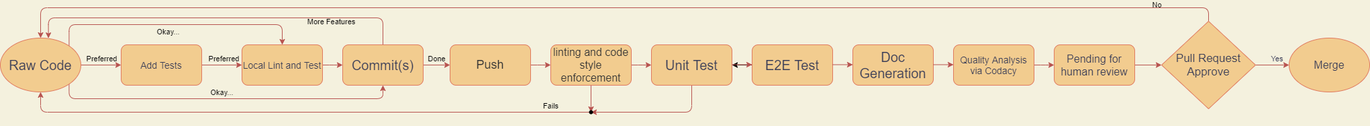
This is admin/cipipeline/phase2.drawio.png from 12DaysOfCoding/WeTheFoodies, a draw.io export, as it was before one commit. Source tidied: cells renumbered, new cells last; positions are measured from the earlier drawing's top-left corner, leaving out a move shared by most shapes.
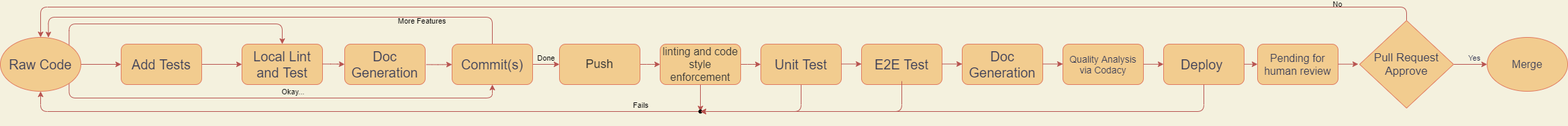
The same file after the commit.

Commit message:
update phase2 diagram

Diff of the diagram source:
```diff
@@ -14,7 +14,7 @@
       <mxGeometry relative="1" as="geometry">
         <Array as="points">
           <mxPoint x="570" />
-          <mxPoint x="72" />
+          <mxPoint x="-91" />
         </Array>
       </mxGeometry>
     </mxCell>
@@ -50,37 +50,24 @@
     <mxCell id="12" value="&lt;font style=&quot;font-size: 20px&quot;&gt;Unit Test&lt;/font&gt;" style="whiteSpace=wrap;html=1;fillColor=#F2CC8F;strokeColor=#E07A5F;fontColor=#393C56;rounded=1;" parent="1" vertex="1">
       <mxGeometry x="970" y="40" width="120" height="60" as="geometry" />
     </mxCell>
-    <mxCell id="13" style="edgeStyle=orthogonalEdgeStyle;rounded=1;jettySize=auto;html=1;startArrow=none;startFill=0;endArrow=classic;endFill=1;fillColor=#f8cecc;strokeColor=#b85450;" parent="1" edge="1" source="14" target="29">
-      <mxGeometry relative="1" as="geometry" />
-    </mxCell>
     <mxCell id="14" value="&lt;font style=&quot;font-size: 16px&quot;&gt;Pending for human review&lt;/font&gt;" style="whiteSpace=wrap;html=1;fillColor=#F2CC8F;strokeColor=#E07A5F;fontColor=#393C56;rounded=1;" parent="1" vertex="1">
-      <mxGeometry x="1570" y="40" width="120" height="60" as="geometry" />
+      <mxGeometry x="1710" y="40" width="120" height="60" as="geometry" />
     </mxCell>
     <mxCell id="15" style="edgeStyle=orthogonalEdgeStyle;rounded=1;jettySize=auto;html=1;startArrow=none;startFill=0;endArrow=classic;endFill=1;fillColor=#f8cecc;strokeColor=#b85450;" parent="1" edge="1" source="21" target="39">
       <mxGeometry relative="1" as="geometry" />
     </mxCell>
-    <mxCell id="16" value="Preferred" style="edgeLabel;html=1;align=center;verticalAlign=middle;labelBackgroundColor=none;" parent="15" vertex="1">
-      <mxGeometry x="0.31" relative="1" as="geometry">
-        <mxPoint x="-9" y="-10" as="offset" />
-      </mxGeometry>
-    </mxCell>
     <mxCell id="17" style="edgeStyle=orthogonalEdgeStyle;rounded=1;jettySize=auto;html=1;exitX=1;exitY=0;exitDx=0;exitDy=0;entryX=0.5;entryY=0;entryDx=0;entryDy=0;startArrow=none;startFill=0;endArrow=classic;endFill=1;fillColor=#f8cecc;strokeColor=#b85450;" parent="1" edge="1" source="21" target="31">
       <mxGeometry relative="1" as="geometry">
         <Array as="points">
-          <mxPoint x="102" y="10" />
-          <mxPoint x="420" y="10" />
+          <mxPoint x="-61" y="10" />
+          <mxPoint x="257" y="10" />
         </Array>
       </mxGeometry>
     </mxCell>
-    <mxCell id="18" value="Okay..." style="edgeLabel;html=1;align=center;verticalAlign=middle;labelBackgroundColor=none;" parent="17" vertex="1">
-      <mxGeometry x="-0.22" y="2" relative="1" as="geometry">
-        <mxPoint x="32" y="12" as="offset" />
-      </mxGeometry>
-    </mxCell>
     <mxCell id="19" style="edgeStyle=orthogonalEdgeStyle;rounded=1;jettySize=auto;html=1;exitX=1;exitY=1;exitDx=0;exitDy=0;entryX=0.5;entryY=1;entryDx=0;entryDy=0;startArrow=none;startFill=0;endArrow=classic;endFill=1;fillColor=#f8cecc;strokeColor=#b85450;" parent="1" edge="1" source="21" target="6">
       <mxGeometry relative="1" as="geometry">
         <Array as="points">
-          <mxPoint x="102" y="120" />
+          <mxPoint x="-61" y="120" />
           <mxPoint x="570" y="120" />
         </Array>
       </mxGeometry>
@@ -91,14 +78,11 @@
       </mxGeometry>
     </mxCell>
     <mxCell id="21" value="&lt;font style=&quot;font-size: 20px&quot;&gt;Raw Code&lt;/font&gt;" style="ellipse;whiteSpace=wrap;html=1;fillColor=#F2CC8F;strokeColor=#E07A5F;fontColor=#393C56;" parent="1" vertex="1">
-      <mxGeometry y="30" width="120" height="80" as="geometry" />
+      <mxGeometry x="-163" y="30" width="120" height="80" as="geometry" />
     </mxCell>
     <mxCell id="22" value="&lt;font style=&quot;font-size: 16px&quot;&gt;Merge&lt;/font&gt;" style="ellipse;whiteSpace=wrap;html=1;rounded=0;sketch=0;fontColor=#393C56;strokeColor=#E07A5F;fillColor=#F2CC8F;" parent="1" vertex="1">
-      <mxGeometry x="1920" y="30" width="120" height="80" as="geometry" />
+      <mxGeometry x="2052" y="30" width="120" height="80" as="geometry" />
     </mxCell>
-    <mxCell id="23" style="edgeStyle=orthogonalEdgeStyle;rounded=1;jettySize=auto;html=1;startArrow=none;startFill=0;endArrow=classic;endFill=1;fillColor=#f8cecc;strokeColor=#b85450;" parent="1" edge="1" source="24" target="14">
-      <mxGeometry relative="1" as="geometry" />
-    </mxCell>
     <mxCell id="24" value="&lt;font style=&quot;font-size: 14px&quot;&gt;Quality Analysis via Codacy&lt;/font&gt;" style="rounded=1;whiteSpace=wrap;html=1;fillColor=#F2CC8F;strokeColor=#E07A5F;fontColor=#393C56;" parent="1" vertex="1">
       <mxGeometry x="1420" y="40" width="120" height="60" as="geometry" />
     </mxCell>
@@ -119,13 +103,10 @@
       </mxGeometry>
     </mxCell>
     <mxCell id="29" value="&lt;span style=&quot;font-size: 17px&quot;&gt;Pull Request Approve&lt;/span&gt;" style="rhombus;whiteSpace=wrap;html=1;rounded=0;sketch=0;fontColor=#393C56;strokeColor=#E07A5F;fillColor=#F2CC8F;" parent="1" vertex="1">
-      <mxGeometry x="1730" y="5" width="140" height="130" as="geometry" />
+      <mxGeometry x="1862" y="5" width="140" height="130" as="geometry" />
     </mxCell>
-    <mxCell id="30" style="edgeStyle=orthogonalEdgeStyle;rounded=1;jettySize=auto;html=1;fillColor=#f8cecc;strokeColor=#b85450;" parent="1" edge="1" source="31" target="6">
-      <mxGeometry relative="1" as="geometry" />
-    </mxCell>
-    <mxCell id="31" value="&lt;font style=&quot;font-size: 14px&quot;&gt;Local Lint and Test&lt;/font&gt;" style="whiteSpace=wrap;html=1;fillColor=#F2CC8F;strokeColor=#E07A5F;fontColor=#393C56;rounded=1;fontSize=16;" parent="1" vertex="1">
-      <mxGeometry x="360" y="40" width="120" height="60" as="geometry" />
+    <mxCell id="31" value="&lt;font style=&quot;font-size: 20px&quot;&gt;Local Lint and Test&lt;/font&gt;" style="whiteSpace=wrap;html=1;fillColor=#F2CC8F;strokeColor=#E07A5F;fontColor=#393C56;rounded=1;fontSize=16;" parent="1" vertex="1">
+      <mxGeometry x="197" y="40" width="120" height="60" as="geometry" />
     </mxCell>
     <mxCell id="32" style="edgeStyle=orthogonalEdgeStyle;rounded=1;jettySize=auto;html=1;startArrow=none;startFill=0;endArrow=classic;endFill=1;fillColor=#f8cecc;strokeColor=#b85450;" parent="1" edge="1" source="33" target="9">
       <mxGeometry relative="1" as="geometry" />
@@ -147,17 +128,9 @@
     <mxCell id="37" style="edgeStyle=orthogonalEdgeStyle;rounded=1;jettySize=auto;html=1;startArrow=none;startFill=0;endArrow=classic;endFill=1;fillColor=#f8cecc;strokeColor=#b85450;" parent="1" edge="1" source="39" target="31">
       <mxGeometry relative="1" as="geometry" />
     </mxCell>
-    <mxCell id="38" value="Preferred" style="edgeLabel;html=1;align=center;verticalAlign=middle;labelBackgroundColor=none;" parent="37" vertex="1">
-      <mxGeometry x="-0.71" relative="1" as="geometry">
-        <mxPoint x="23" y="-10" as="offset" />
-      </mxGeometry>
-    </mxCell>
-    <mxCell id="39" value="&lt;span style=&quot;font-size: 14px&quot;&gt;Add Tests&lt;br&gt;&lt;/span&gt;" style="whiteSpace=wrap;html=1;fillColor=#F2CC8F;strokeColor=#E07A5F;fontColor=#393C56;rounded=1;fontSize=16;" parent="1" vertex="1">
-      <mxGeometry x="180" y="40" width="120" height="60" as="geometry" />
+    <mxCell id="39" value="&lt;font style=&quot;font-size: 20px&quot;&gt;Add Tests&lt;/font&gt;" style="whiteSpace=wrap;html=1;fillColor=#F2CC8F;strokeColor=#E07A5F;fontColor=#393C56;rounded=1;fontSize=16;" parent="1" vertex="1">
+      <mxGeometry x="17" y="40" width="120" height="60" as="geometry" />
     </mxCell>
-    <mxCell id="40" style="edgeStyle=none;html=1;" parent="1" edge="1" source="41" target="12">
-      <mxGeometry relative="1" as="geometry" />
-    </mxCell>
     <mxCell id="41" value="&lt;font style=&quot;font-size: 20px&quot;&gt;E2E Test&lt;/font&gt;" style="whiteSpace=wrap;html=1;fillColor=#F2CC8F;strokeColor=#E07A5F;fontColor=#393C56;rounded=1;" parent="1" vertex="1">
       <mxGeometry x="1120" y="40" width="120" height="60" as="geometry" />
     </mxCell>
@@ -170,17 +143,74 @@
         <mxPoint x="1420" y="69.5" as="targetPoint" />
       </mxGeometry>
     </mxCell>
-    <mxCell id="44" style="edgeStyle=orthogonalEdgeStyle;rounded=1;orthogonalLoop=1;jettySize=auto;html=1;startArrow=none;startFill=0;endArrow=classic;endFill=1;fillColor=#f8cecc;strokeColor=#b85450;" parent="1" edge="1">
-      <mxGeometry relative="1" as="geometry">
-        <mxPoint x="1090" y="69.5" as="sourcePoint" />
-        <mxPoint x="1120" y="69.5" as="targetPoint" />
-      </mxGeometry>
-    </mxCell>
-    <mxCell id="45" style="edgeStyle=orthogonalEdgeStyle;rounded=1;orthogonalLoop=1;jettySize=auto;html=1;startArrow=none;startFill=0;endArrow=classic;endFill=1;fillColor=#f8cecc;strokeColor=#b85450;" parent="1" edge="1">
-      <mxGeometry relative="1" as="geometry">
-        <mxPoint x="1240" y="69.5" as="sourcePoint" />
-        <mxPoint x="1270" y="69.5" as="targetPoint" />
-      </mxGeometry>
-    </mxCell>
+    <mxCell id="46" style="edgeStyle=orthogonalEdgeStyle;rounded=1;orthogonalLoop=1;jettySize=auto;html=1;startArrow=none;startFill=0;endArrow=classic;endFill=1;fillColor=#f8cecc;strokeColor=#b85450;" parent="1" edge="1">
+      <mxGeometry relative="1" as="geometry">
+        <mxPoint x="1240" y="69.5" as="sourcePoint" />
+        <mxPoint x="1270" y="69.5" as="targetPoint" />
+      </mxGeometry>
+    </mxCell>
+    <mxCell id="47" style="edgeStyle=orthogonalEdgeStyle;rounded=1;orthogonalLoop=1;jettySize=auto;html=1;startArrow=none;startFill=0;endArrow=classic;endFill=1;fillColor=#f8cecc;strokeColor=#b85450;exitX=1;exitY=0.5;exitDx=0;exitDy=0;" parent="1" edge="1">
+      <mxGeometry relative="1" as="geometry">
+        <mxPoint x="1090" y="69.5" as="sourcePoint" />
+        <mxPoint x="1120" y="69.5" as="targetPoint" />
+      </mxGeometry>
+    </mxCell>
+    <mxCell id="48" value="&lt;font style=&quot;font-size: 20px&quot;&gt;Doc Generation&lt;/font&gt;" style="whiteSpace=wrap;html=1;fillColor=#F2CC8F;strokeColor=#E07A5F;fontColor=#393C56;rounded=1;fontSize=16;" parent="1" vertex="1">
+      <mxGeometry x="350" y="40" width="120" height="60" as="geometry" />
+    </mxCell>
+    <mxCell id="49" style="edgeStyle=orthogonalEdgeStyle;rounded=1;orthogonalLoop=1;jettySize=auto;html=1;startArrow=none;startFill=0;endArrow=classic;endFill=1;fillColor=#f8cecc;strokeColor=#b85450;" parent="1" edge="1">
+      <mxGeometry relative="1" as="geometry">
+        <mxPoint x="317" y="69.5" as="sourcePoint" />
+        <mxPoint x="350" y="70" as="targetPoint" />
+        <Array as="points">
+          <mxPoint x="339" y="70" />
+          <mxPoint x="360" y="70" />
+        </Array>
+      </mxGeometry>
+    </mxCell>
+    <mxCell id="50" style="edgeStyle=orthogonalEdgeStyle;rounded=1;jettySize=auto;html=1;startArrow=none;startFill=0;endArrow=classic;endFill=1;fillColor=#f8cecc;strokeColor=#b85450;exitX=1.012;exitY=0.506;exitDx=0;exitDy=0;exitPerimeter=0;" parent="1" edge="1" source="48">
+      <mxGeometry relative="1" as="geometry">
+        <mxPoint x="510" y="70.2" as="targetPoint" />
+        <Array as="points">
+          <mxPoint x="489" y="70" />
+        </Array>
+      </mxGeometry>
+    </mxCell>
+    <mxCell id="51" style="edgeStyle=orthogonalEdgeStyle;rounded=1;jettySize=auto;html=1;startArrow=none;startFill=0;endArrow=classic;endFill=1;fillColor=#f8cecc;strokeColor=#b85450;" parent="1" edge="1" target="36">
+      <mxGeometry relative="1" as="geometry">
+        <mxPoint x="1180" y="95" as="sourcePoint" />
+        <Array as="points">
+          <mxPoint x="1180" y="140" />
+        </Array>
+      </mxGeometry>
+    </mxCell>
+    <mxCell id="52" value="&lt;font style=&quot;font-size: 20px&quot;&gt;Deploy&amp;nbsp;&lt;/font&gt;" style="whiteSpace=wrap;html=1;fillColor=#F2CC8F;strokeColor=#E07A5F;fontColor=#393C56;rounded=1;" parent="1" vertex="1">
+      <mxGeometry x="1570" y="40" width="120" height="60" as="geometry" />
+    </mxCell>
+    <mxCell id="53" style="edgeStyle=orthogonalEdgeStyle;rounded=1;orthogonalLoop=1;jettySize=auto;html=1;startArrow=none;startFill=0;endArrow=classic;endFill=1;fillColor=#f8cecc;strokeColor=#b85450;" parent="1" edge="1">
+      <mxGeometry relative="1" as="geometry">
+        <mxPoint x="1540" y="69.8" as="sourcePoint" />
+        <mxPoint x="1570" y="69.8" as="targetPoint" />
+      </mxGeometry>
+    </mxCell>
+    <mxCell id="54" style="edgeStyle=orthogonalEdgeStyle;rounded=1;orthogonalLoop=1;jettySize=auto;html=1;startArrow=none;startFill=0;endArrow=classic;endFill=1;fillColor=#f8cecc;strokeColor=#b85450;" parent="1" edge="1">
+      <mxGeometry relative="1" as="geometry">
+        <mxPoint x="1690" y="69.8" as="sourcePoint" />
+        <mxPoint x="1710" y="70.2" as="targetPoint" />
+      </mxGeometry>
+    </mxCell>
+    <mxCell id="55" style="edgeStyle=orthogonalEdgeStyle;rounded=1;jettySize=auto;html=1;startArrow=none;startFill=0;endArrow=classic;endFill=1;fillColor=#f8cecc;strokeColor=#b85450;exitX=0.5;exitY=1;exitDx=0;exitDy=0;" parent="1" edge="1" source="52" target="36">
+      <mxGeometry relative="1" as="geometry">
+        <Array as="points">
+          <mxPoint x="1630" y="140" />
+        </Array>
+      </mxGeometry>
+    </mxCell>
+    <mxCell id="56" style="edgeStyle=orthogonalEdgeStyle;rounded=1;orthogonalLoop=1;jettySize=auto;html=1;startArrow=none;startFill=0;endArrow=classic;endFill=1;fillColor=#f8cecc;strokeColor=#b85450;" parent="1" edge="1">
+      <mxGeometry relative="1" as="geometry">
+        <mxPoint x="1830" y="69.7" as="sourcePoint" />
+        <mxPoint x="1860" y="69.7" as="targetPoint" />
+      </mxGeometry>
+    </mxCell>
   </root>
 </mxGraphModel>
```
